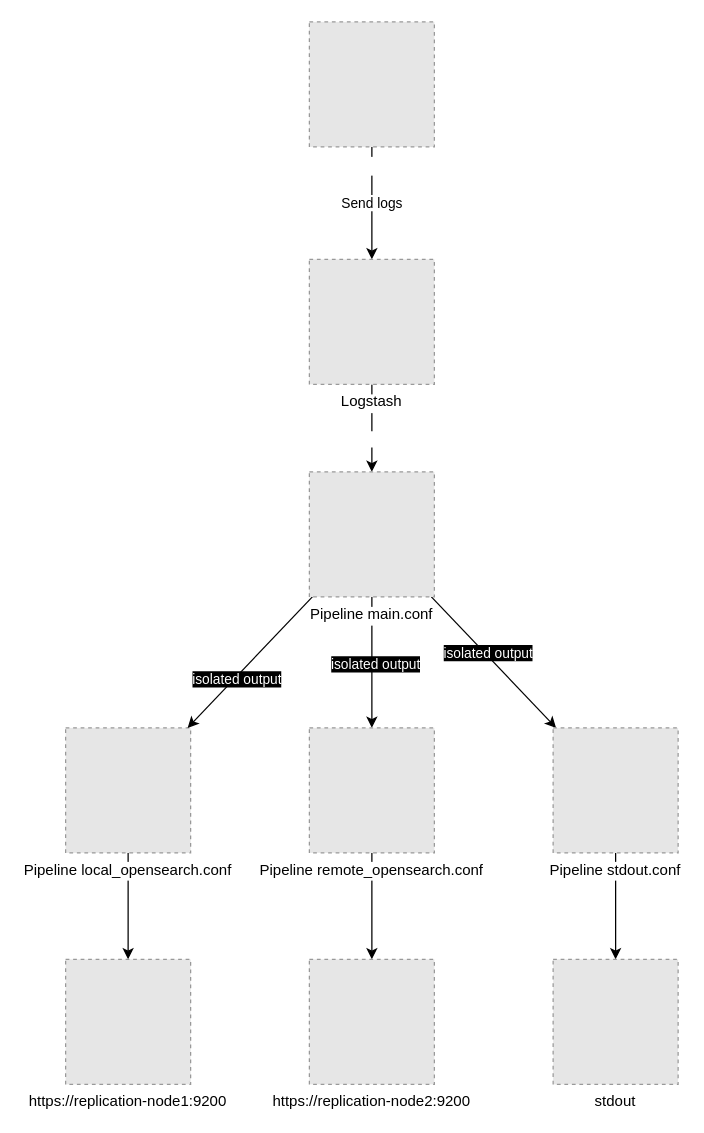
Above: images/architecture.drawio in deepminimal/logstash-pipeline-to-pipeline-example (draw.io), before the change. Source tidied: cells renumbered, new cells numbered last; positions are measured from the earlier drawing's top-left corner, leaving out a move shared by most shapes. Both pictures are drawn from the tidied source at 125%, with x=0, y=0 at pixel (65, 21). Pictures stored in the file or linked from it are replaced by grey dashed boxes.
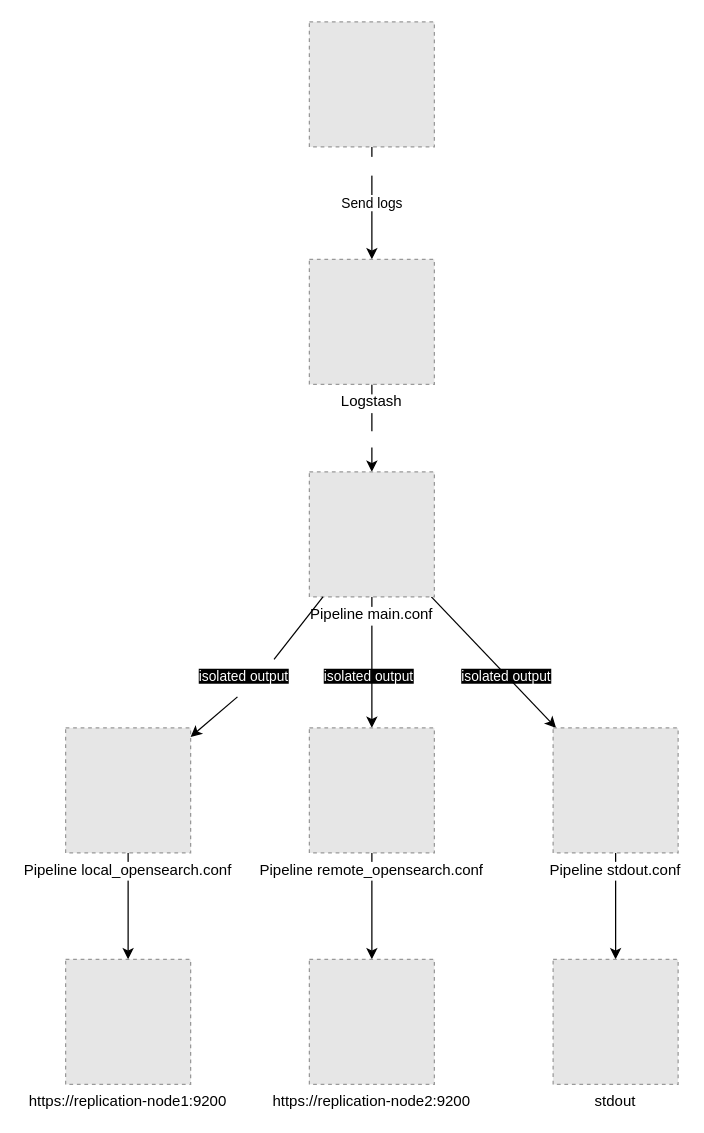
Above is the later version.

The change refers to these unchanged cells:
```xml
<mxCell id="8" value="Pipeline local_opensearch.conf" style="fillColor=#E6E6E6;strokeColor=#999999;dashed=1;verticalLabelPosition=bottom;labelBackgroundColor=default;verticalAlign=top;" parent="1" vertex="1">
  <mxGeometry y="564.8" width="100" height="100" as="geometry" />
</mxCell>
<mxCell id="9" style="edgeStyle=none;html=1;fontColor=#FFFFFF;" parent="1" edge="1" source="15" target="17">
  <mxGeometry relative="1" as="geometry" />
</mxCell>
<mxCell id="13" style="edgeStyle=none;html=1;fontColor=#FFFFFF;" parent="1" edge="1" source="15" target="19">
  <mxGeometry relative="1" as="geometry" />
</mxCell>
<mxCell id="15" value="Pipeline main.conf" style="fillColor=#E6E6E6;strokeColor=#999999;dashed=1;verticalLabelPosition=bottom;labelBackgroundColor=default;verticalAlign=top;" parent="1" vertex="1">
  <mxGeometry x="195" y="360" width="100" height="100" as="geometry" />
</mxCell>
```

What changed in the source:
```diff
@@
-    <mxCell id="10" value="isolated output" style="edgeLabel;html=1;align=center;verticalAlign=middle;fontColor=#FFFFFF;labelBackgroundColor=#000000;" parent="9" vertex="1">
-      <mxGeometry x="-0.13" y="2" relative="1" as="geometry" />
-    </mxCell>
-    <mxCell id="11" style="edgeStyle=none;html=1;fontColor=#FFFFFF;" parent="1" edge="1" source="15" target="8">
+    <mxCell id="11" style="edgeStyle=none;html=1;fontColor=#FFFFFF;startArrow=none;" parent="1" edge="1" source="23" target="8">
       <mxGeometry relative="1" as="geometry" />
     </mxCell>
-    <mxCell id="12" value="isolated output" style="edgeLabel;html=1;align=center;verticalAlign=middle;fontColor=#FFFFFF;labelBackgroundColor=#000000;" parent="11" vertex="1">
-      <mxGeometry x="0.24" y="2" relative="1" as="geometry">
-        <mxPoint y="-1" as="offset" />
-      </mxGeometry>
-    </mxCell>
@@
-    <mxCell id="14" value="isolated output" style="edgeLabel;html=1;align=center;verticalAlign=middle;fontColor=#FFFFFF;labelBackgroundColor=#000000;" parent="13" vertex="1">
-      <mxGeometry x="0.02" y="2" relative="1" as="geometry" />
-    </mxCell>
@@
+    <mxCell id="23" value="&lt;span style=&quot;color: rgb(255, 255, 255); font-family: helvetica; font-size: 11px; font-style: normal; font-weight: 400; letter-spacing: normal; text-align: center; text-indent: 0px; text-transform: none; word-spacing: 0px; background-color: rgb(0, 0, 0); display: inline; float: none;&quot;&gt;isolated output&lt;/span&gt;" style="text;whiteSpace=wrap;html=1;fontColor=#FFFFFF;" parent="1" vertex="1">
+      <mxGeometry x="105" y="510" width="100" height="30" as="geometry" />
+    </mxCell>
+    <mxCell id="24" style="edgeStyle=none;html=1;fontColor=#FFFFFF;endArrow=none;" parent="1" edge="1" source="15" target="23">
+      <mxGeometry relative="1" as="geometry" />
+    </mxCell>
+    <mxCell id="25" value="&lt;span style=&quot;color: rgb(255, 255, 255); font-family: helvetica; font-size: 11px; font-style: normal; font-weight: 400; letter-spacing: normal; text-align: center; text-indent: 0px; text-transform: none; word-spacing: 0px; background-color: rgb(0, 0, 0); display: inline; float: none;&quot;&gt;isolated output&lt;/span&gt;" style="text;whiteSpace=wrap;html=1;fontColor=#FFFFFF;" parent="1" vertex="1">
+      <mxGeometry x="205" y="510" width="100" height="30" as="geometry" />
+    </mxCell>
+    <mxCell id="26" value="&lt;span style=&quot;color: rgb(255, 255, 255); font-family: helvetica; font-size: 11px; font-style: normal; font-weight: 400; letter-spacing: normal; text-align: center; text-indent: 0px; text-transform: none; word-spacing: 0px; background-color: rgb(0, 0, 0); display: inline; float: none;&quot;&gt;isolated output&lt;/span&gt;" style="text;whiteSpace=wrap;html=1;fontColor=#FFFFFF;" parent="1" vertex="1">
+      <mxGeometry x="315" y="510" width="100" height="30" as="geometry" />
+    </mxCell>
```
